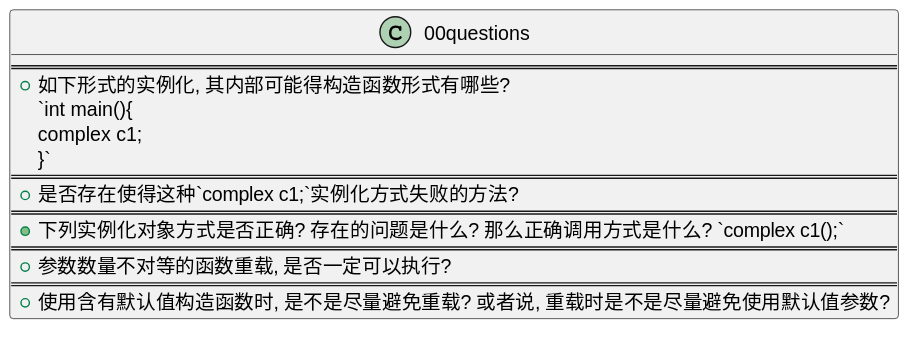
This is c++/study/00构造函数/assets/questions.svg from AlleyNorthward/toolchain-records, a PlantUML export, as it was before one commit.
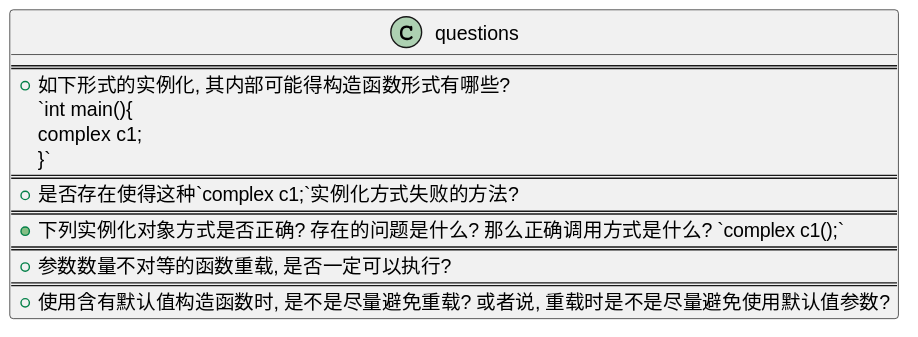
After the commit.

Diff of the diagram source:
```diff
@@ -1,5 +1,5 @@
 @startuml
-class 00questions{
+class questions{
   ====
   + 如下形式的实例化, 其内部可能得构造函数形式有哪些?
   `int main(){
```
